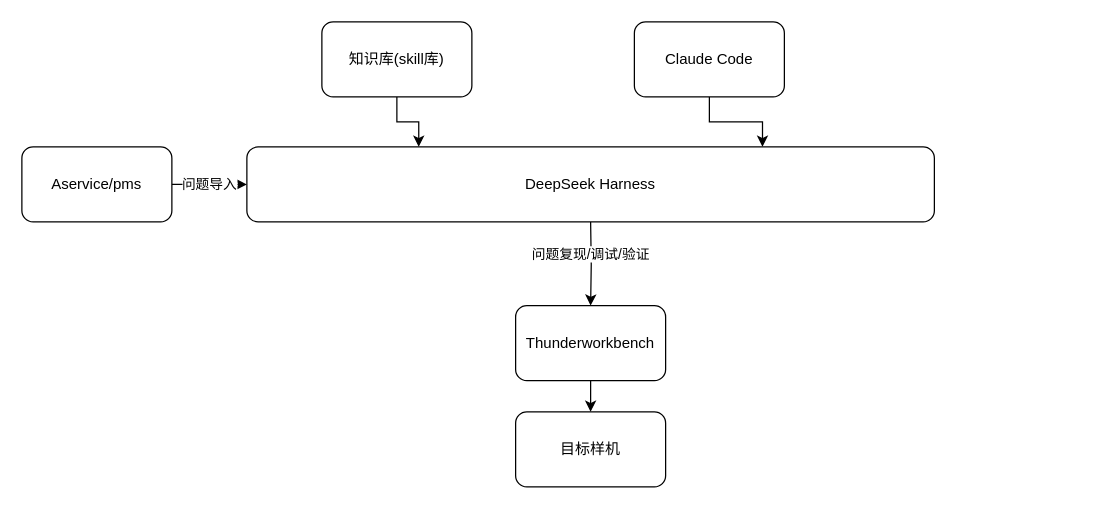
This is M3 客户支持AI框架.drawio from qjzh0603/drawio, a draw.io file, before an edit. Source tidied: cells renumbered, new cells numbered last; positions are measured from the earlier drawing's top-left corner, leaving out a move shared by most shapes. Both pictures are drawn from the tidied source at 125%, with x=0, y=0 at pixel (21, 21).
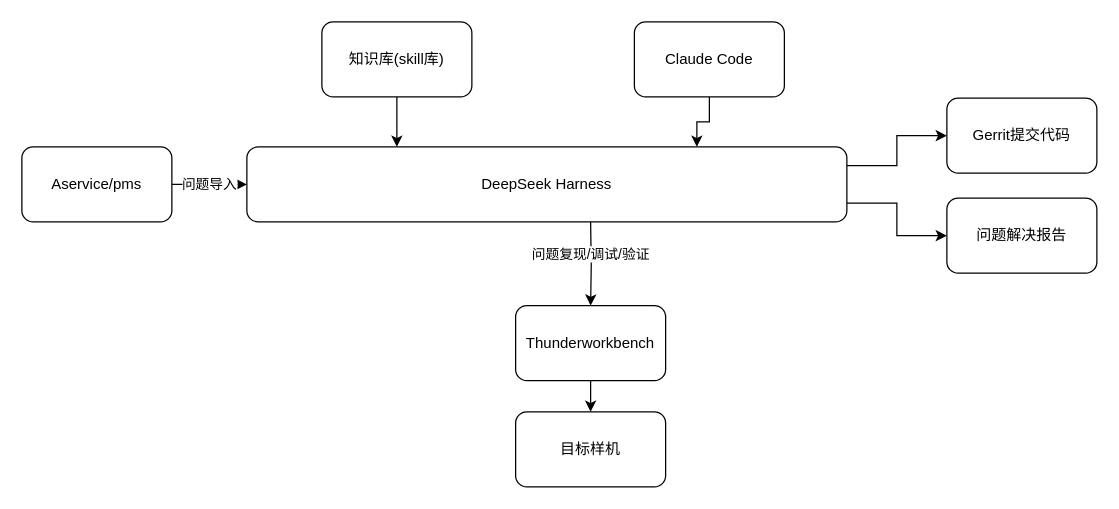
The same diagram, later.

Commit message (it also covers changes not shown here):
更新M3 客户支持AI框架.drawio

The edit, as a diff of the source:
```diff
@@
 <mxGraphModel>
   <root>
     <mxCell id="0" />
     <mxCell id="1" parent="0" />
     <mxCell id="2" value="问题复现/调试/验证" style="edgeStyle=orthogonalEdgeStyle;rounded=0;jettySize=auto;html=1;entryX=0.5;entryY=0;entryDx=0;entryDy=0;" parent="1" edge="1" target="12">
       <mxGeometry x="-0.24" relative="1" as="geometry">
         <mxPoint x="455" y="160" as="sourcePoint" />
       </mxGeometry>
     </mxCell>
+    <mxCell id="13" style="edgeStyle=orthogonalEdgeStyle;rounded=0;jettySize=auto;html=1;exitX=1;exitY=0.25;exitDx=0;exitDy=0;entryX=0;entryY=0.5;entryDx=0;entryDy=0;" parent="1" edge="1" source="3" target="15">
+      <mxGeometry relative="1" as="geometry" />
+    </mxCell>
+    <mxCell id="14" style="edgeStyle=orthogonalEdgeStyle;rounded=0;jettySize=auto;html=1;exitX=1;exitY=0.75;exitDx=0;exitDy=0;entryX=0;entryY=0.5;entryDx=0;entryDy=0;" parent="1" edge="1" source="3" target="16">
+      <mxGeometry relative="1" as="geometry" />
+    </mxCell>
     <mxCell id="3" value="DeepSeek Harness" style="rounded=1;whiteSpace=wrap;html=1;roundedPerimeter=1;" parent="1" vertex="1">
-      <mxGeometry x="180" y="100" width="550" height="60" as="geometry" />
+      <mxGeometry x="180" y="100" width="480" height="60" as="geometry" />
     </mxCell>
     <mxCell id="4" style="edgeStyle=orthogonalEdgeStyle;rounded=0;jettySize=auto;html=1;exitX=0.5;exitY=1;exitDx=0;exitDy=0;entryX=0.25;entryY=0;entryDx=0;entryDy=0;" parent="1" edge="1" source="5" target="3">
       <mxGeometry relative="1" as="geometry" />
     </mxCell>
     <mxCell id="5" value="知识库(skill库)" style="rounded=1;whiteSpace=wrap;html=1;roundedPerimeter=1;" parent="1" vertex="1">
       <mxGeometry x="240" width="120" height="60" as="geometry" />
     </mxCell>
     <mxCell id="6" style="edgeStyle=orthogonalEdgeStyle;rounded=0;jettySize=auto;html=1;exitX=0.5;exitY=1;exitDx=0;exitDy=0;entryX=0.75;entryY=0;entryDx=0;entryDy=0;" parent="1" edge="1" source="7" target="3">
       <mxGeometry relative="1" as="geometry" />
     </mxCell>
     <mxCell id="7" value="Claude Code" style="rounded=1;whiteSpace=wrap;html=1;roundedPerimeter=1;" parent="1" vertex="1">
       <mxGeometry x="490" width="120" height="60" as="geometry" />
     </mxCell>
     <mxCell id="8" value="目标样机" style="rounded=1;whiteSpace=wrap;html=1;roundedPerimeter=1;" parent="1" vertex="1">
       <mxGeometry x="395" y="312" width="120" height="60" as="geometry" />
     </mxCell>
     <mxCell id="9" value="问题导入" style="edgeStyle=orthogonalEdgeStyle;rounded=0;jettySize=auto;html=1;exitX=1;exitY=0.5;exitDx=0;exitDy=0;entryX=-0.003;entryY=0.5;entryDx=0;entryDy=0;" parent="1" edge="1" source="10" target="3">
       <mxGeometry relative="1" as="geometry" />
     </mxCell>
     <mxCell id="10" value="Aservice/pms" style="rounded=1;whiteSpace=wrap;html=1;roundedPerimeter=1;" parent="1" vertex="1">
       <mxGeometry y="100" width="120" height="60" as="geometry" />
     </mxCell>
     <mxCell id="11" style="edgeStyle=orthogonalEdgeStyle;rounded=0;jettySize=auto;html=1;exitX=0.5;exitY=1;exitDx=0;exitDy=0;entryX=0.5;entryY=0;entryDx=0;entryDy=0;" parent="1" edge="1" source="12" target="8">
       <mxGeometry relative="1" as="geometry" />
     </mxCell>
     <mxCell id="12" value="Thunderworkbench" style="rounded=1;whiteSpace=wrap;html=1;roundedPerimeter=1;" parent="1" vertex="1">
       <mxGeometry x="395" y="227" width="120" height="60" as="geometry" />
     </mxCell>
+    <mxCell id="15" value="Gerrit提交代码" style="rounded=1;whiteSpace=wrap;html=1;roundedPerimeter=1;" parent="1" vertex="1">
+      <mxGeometry x="740" y="61" width="120" height="60" as="geometry" />
+    </mxCell>
+    <mxCell id="16" value="问题解决报告" style="rounded=1;whiteSpace=wrap;html=1;roundedPerimeter=1;" parent="1" vertex="1">
+      <mxGeometry x="740" y="141" width="120" height="60" as="geometry" />
+    </mxCell>
   </root>
 </mxGraphModel>
```
